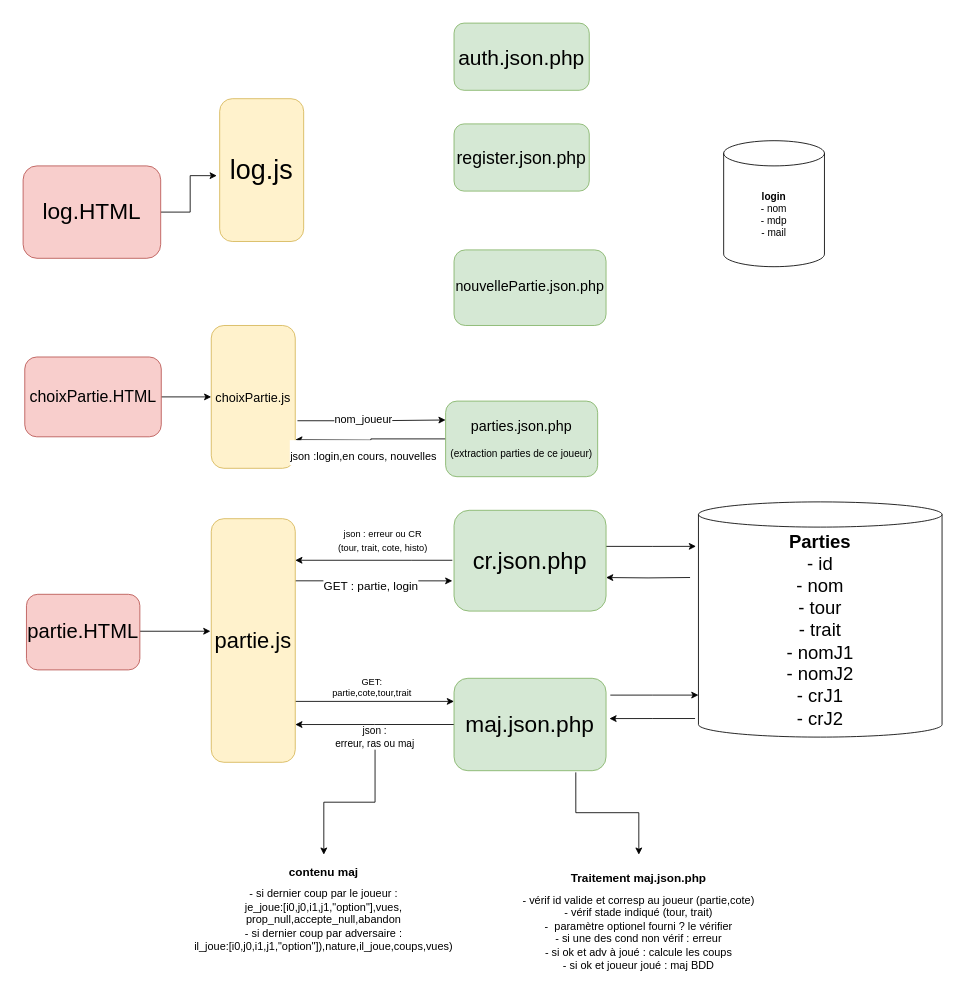
Earlier version of the draw.io diagram Untitled Diagram.drawio (Maximory77/projet-web-mapping-echecs). Source tidied: cells renumbered, new cells numbered last; positions are measured from the earlier drawing's top-left corner, leaving out a move shared by most shapes. Both pictures are drawn from the tidied source at 84%, with x=0, y=0 at pixel (23, 23).
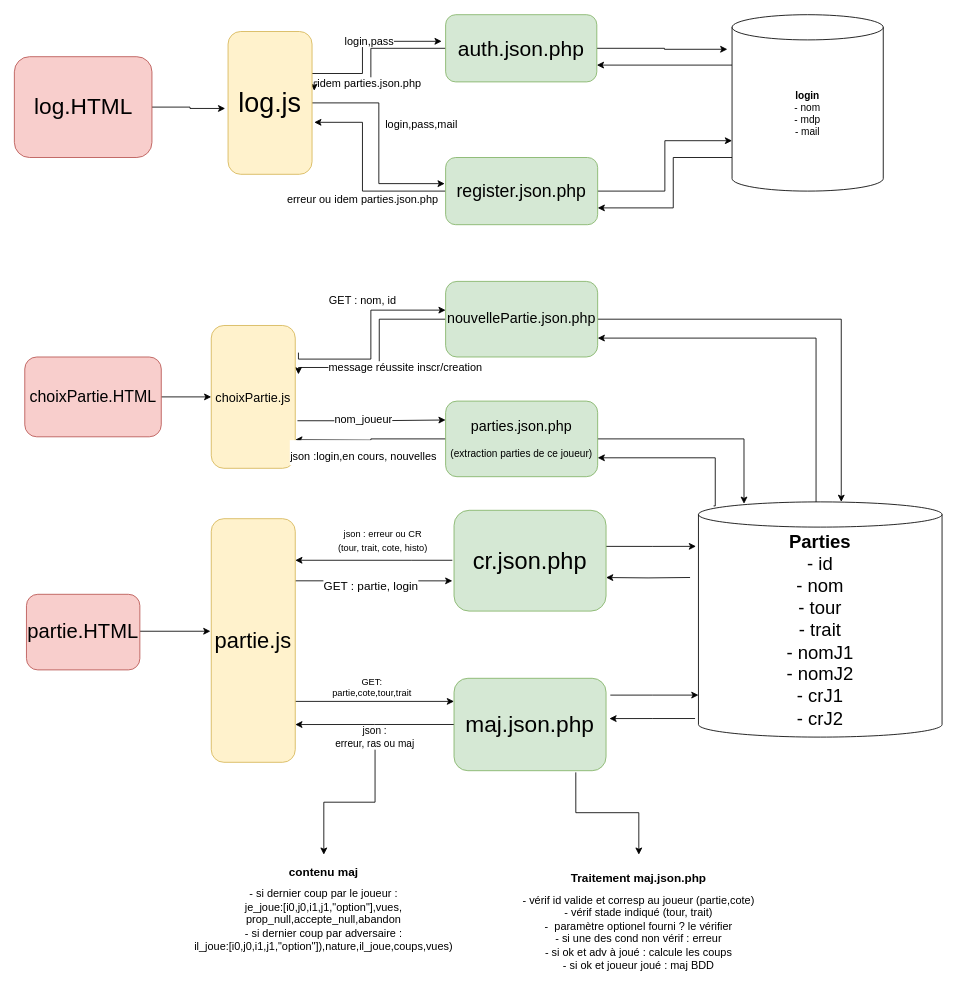
Above is the later version.

The change refers to these unchanged cells:
```xml
<mxCell id="11" value="&lt;div style=&quot;font-size: 22px&quot;&gt;&lt;font style=&quot;font-size: 22px&quot;&gt;&lt;b&gt;Parties&lt;/b&gt;&lt;/font&gt;&lt;/div&gt;&lt;div style=&quot;font-size: 22px&quot;&gt;&lt;font style=&quot;font-size: 22px&quot;&gt;- id&lt;/font&gt;&lt;/div&gt;&lt;div style=&quot;font-size: 22px&quot;&gt;&lt;font style=&quot;font-size: 22px&quot;&gt;- nom&lt;/font&gt;&lt;/div&gt;&lt;div style=&quot;font-size: 22px&quot;&gt;&lt;font style=&quot;font-size: 22px&quot;&gt;- tour&lt;/font&gt;&lt;/div&gt;&lt;div style=&quot;font-size: 22px&quot;&gt;&lt;font style=&quot;font-size: 22px&quot;&gt;- trait&lt;/font&gt;&lt;/div&gt;&lt;div style=&quot;font-size: 22px&quot;&gt;&lt;font style=&quot;font-size: 22px&quot;&gt;- nomJ1&lt;br&gt;&lt;/font&gt;&lt;/div&gt;&lt;div style=&quot;font-size: 22px&quot;&gt;&lt;font style=&quot;font-size: 22px&quot;&gt;- nomJ2&lt;/font&gt;&lt;/div&gt;&lt;div style=&quot;font-size: 22px&quot;&gt;&lt;font style=&quot;font-size: 22px&quot;&gt;- crJ1&lt;/font&gt;&lt;/div&gt;&lt;div style=&quot;font-size: 22px&quot;&gt;&lt;font style=&quot;font-size: 22px&quot;&gt;- crJ2&lt;br&gt;&lt;/font&gt;&lt;/div&gt;" style="shape=cylinder3;whiteSpace=wrap;html=1;boundedLbl=1;backgroundOutline=1;size=15;" parent="1" vertex="1">
  <mxGeometry x="804" y="570" width="290" height="280" as="geometry" />
</mxCell>
<mxCell id="25" value="&lt;font style=&quot;font-size: 15px&quot;&gt;choixPartie.js&lt;/font&gt;" style="rounded=1;whiteSpace=wrap;html=1;fillColor=#fff2cc;strokeColor=#d6b656;" parent="1" vertex="1">
  <mxGeometry x="224" y="360" width="100" height="170" as="geometry" />
</mxCell>
<mxCell id="38" value="&lt;div style=&quot;font-size: 17px&quot;&gt;&lt;font style=&quot;font-size: 17px&quot;&gt;parties.json.php&lt;/font&gt;&lt;/div&gt;&lt;div&gt;&lt;br&gt;&lt;/div&gt;&lt;div&gt;(extraction parties de ce joueur)&lt;br&gt;&lt;/div&gt;" style="rounded=1;whiteSpace=wrap;html=1;fillColor=#d5e8d4;strokeColor=#82b366;" parent="1" vertex="1">
  <mxGeometry x="503" y="450" width="181" height="90" as="geometry" />
</mxCell>
```

Diff of the diagram source:
```diff
@@
+    <mxCell id="39" style="edgeStyle=orthogonalEdgeStyle;rounded=0;jettySize=auto;html=1;entryX=1;entryY=0.75;entryDx=0;entryDy=0;fontSize=13;" parent="1" edge="1" source="2" target="21">
+      <mxGeometry relative="1" as="geometry">
+        <Array as="points">
+          <mxPoint x="774" y="160" />
+          <mxPoint x="774" y="220" />
+        </Array>
+      </mxGeometry>
+    </mxCell>
+    <mxCell id="40" style="edgeStyle=orthogonalEdgeStyle;rounded=0;jettySize=auto;html=1;entryX=1;entryY=0.75;entryDx=0;entryDy=0;fontSize=13;exitX=0;exitY=0;exitDx=0;exitDy=60;exitPerimeter=0;" parent="1" edge="1" source="2" target="12">
+      <mxGeometry relative="1" as="geometry" />
+    </mxCell>
     <mxCell id="2" value="&lt;div&gt;&lt;b&gt;login&lt;/b&gt;&lt;/div&gt;&lt;div&gt;- nom&lt;/div&gt;&lt;div&gt;- mdp&lt;/div&gt;&lt;div&gt;- mail&lt;br&gt;&lt;/div&gt;" style="shape=cylinder3;whiteSpace=wrap;html=1;boundedLbl=1;backgroundOutline=1;size=15;" parent="1" vertex="1">
-      <mxGeometry x="834" y="140" width="120" height="150" as="geometry" />
+      <mxGeometry x="844" y="-10" width="180" height="210" as="geometry" />
     </mxCell>
@@
     <mxCell id="4" value="&lt;font style=&quot;font-size: 27px&quot;&gt;log.HTML&lt;/font&gt;" style="rounded=1;whiteSpace=wrap;html=1;fillColor=#f8cecc;strokeColor=#b85450;" parent="1" vertex="1">
-      <mxGeometry y="170" width="163.8" height="110" as="geometry" />
+      <mxGeometry x="-10.4" y="40" width="163.8" height="120" as="geometry" />
     </mxCell>
@@
+    <mxCell id="41" style="edgeStyle=orthogonalEdgeStyle;rounded=0;jettySize=auto;html=1;entryX=1;entryY=0.75;entryDx=0;entryDy=0;fontSize=13;exitX=0.062;exitY=0.017;exitDx=0;exitDy=0;exitPerimeter=0;" parent="1" edge="1" source="11" target="38">
+      <mxGeometry relative="1" as="geometry">
+        <Array as="points">
+          <mxPoint x="824" y="575" />
+          <mxPoint x="824" y="517" />
+        </Array>
+      </mxGeometry>
+    </mxCell>
+    <mxCell id="42" style="edgeStyle=orthogonalEdgeStyle;rounded=0;jettySize=auto;html=1;entryX=1;entryY=0.75;entryDx=0;entryDy=0;fontSize=13;" parent="1" edge="1" source="11" target="20">
+      <mxGeometry relative="1" as="geometry">
+        <Array as="points">
+          <mxPoint x="944" y="375" />
+        </Array>
+      </mxGeometry>
+    </mxCell>
@@
+    <mxCell id="43" style="edgeStyle=orthogonalEdgeStyle;rounded=0;jettySize=auto;html=1;entryX=1.026;entryY=0.415;entryDx=0;entryDy=0;entryPerimeter=0;fontSize=13;" parent="1" edge="1" source="12" target="22">
+      <mxGeometry relative="1" as="geometry">
+        <Array as="points">
+          <mxPoint x="414" y="30" />
+          <mxPoint x="414" y="70" />
+          <mxPoint x="347" y="70" />
+        </Array>
+      </mxGeometry>
+    </mxCell>
+    <mxCell id="44" value="idem parties.json.php" style="edgeLabel;html=1;align=center;verticalAlign=middle;fontSize=13;" parent="43" vertex="1">
+      <mxGeometry x="0.28" y="1" relative="1" as="geometry" />
+    </mxCell>
+    <mxCell id="45" style="edgeStyle=orthogonalEdgeStyle;rounded=0;jettySize=auto;html=1;entryX=-0.031;entryY=0.196;entryDx=0;entryDy=0;entryPerimeter=0;fontSize=13;" parent="1" edge="1" source="12" target="2">
+      <mxGeometry relative="1" as="geometry" />
+    </mxCell>
     <mxCell id="12" value="&lt;font style=&quot;font-size: 25px&quot;&gt;auth.json.php&lt;/font&gt;" style="rounded=1;whiteSpace=wrap;html=1;fillColor=#d5e8d4;strokeColor=#82b366;" parent="1" vertex="1">
-      <mxGeometry x="513" width="161" height="80" as="geometry" />
+      <mxGeometry x="503" y="-10" width="180" height="80" as="geometry" />
     </mxCell>
@@
+    <mxCell id="46" style="edgeStyle=orthogonalEdgeStyle;rounded=0;jettySize=auto;html=1;entryX=1.038;entryY=0.342;entryDx=0;entryDy=0;entryPerimeter=0;fontSize=13;" parent="1" edge="1" source="20" target="25">
+      <mxGeometry relative="1" as="geometry">
+        <Array as="points">
+          <mxPoint x="424" y="353" />
+          <mxPoint x="424" y="410" />
+          <mxPoint x="328" y="410" />
+        </Array>
+      </mxGeometry>
+    </mxCell>
+    <mxCell id="47" value="message réussite inscr/creation" style="edgeLabel;html=1;align=center;verticalAlign=middle;fontSize=13;" parent="46" vertex="1">
+      <mxGeometry y="5" relative="1" as="geometry">
+        <mxPoint x="25" y="16" as="offset" />
+      </mxGeometry>
+    </mxCell>
+    <mxCell id="48" style="edgeStyle=orthogonalEdgeStyle;rounded=0;jettySize=auto;html=1;fontSize=13;" parent="1" edge="1" source="20" target="11">
+      <mxGeometry relative="1" as="geometry">
+        <Array as="points">
+          <mxPoint x="974" y="353" />
+        </Array>
+      </mxGeometry>
+    </mxCell>
     <mxCell id="20" value="&lt;div style=&quot;font-size: 17px&quot;&gt;&lt;font style=&quot;font-size: 17px&quot;&gt;nouvellePartie.json.php&lt;/font&gt;&lt;/div&gt;" style="rounded=1;whiteSpace=wrap;html=1;fillColor=#d5e8d4;strokeColor=#82b366;" parent="1" vertex="1">
-      <mxGeometry x="513" y="270" width="181" height="90" as="geometry" />
+      <mxGeometry x="503" y="307.5" width="181" height="90" as="geometry" />
     </mxCell>
+    <mxCell id="49" style="edgeStyle=orthogonalEdgeStyle;rounded=0;jettySize=auto;html=1;entryX=1.026;entryY=0.636;entryDx=0;entryDy=0;entryPerimeter=0;fontSize=13;" parent="1" edge="1" source="21" target="22">
+      <mxGeometry relative="1" as="geometry">
+        <Array as="points">
+          <mxPoint x="404" y="200" />
+          <mxPoint x="404" y="118" />
+        </Array>
+      </mxGeometry>
+    </mxCell>
+    <mxCell id="50" value="erreur ou idem parties.json.php" style="edgeLabel;html=1;align=center;verticalAlign=middle;fontSize=13;" parent="49" vertex="1">
+      <mxGeometry x="-0.08" y="1" relative="1" as="geometry">
+        <mxPoint y="20" as="offset" />
+      </mxGeometry>
+    </mxCell>
+    <mxCell id="51" style="edgeStyle=orthogonalEdgeStyle;rounded=0;jettySize=auto;html=1;entryX=0;entryY=0;entryDx=0;entryDy=150;entryPerimeter=0;fontSize=13;" parent="1" edge="1" source="21" target="2">
+      <mxGeometry relative="1" as="geometry" />
+    </mxCell>
     <mxCell id="21" value="&lt;font style=&quot;font-size: 21px&quot;&gt;register.json.php&lt;/font&gt;" style="rounded=1;whiteSpace=wrap;html=1;fillColor=#d5e8d4;strokeColor=#82b366;" parent="1" vertex="1">
-      <mxGeometry x="513" y="120" width="161" height="80" as="geometry" />
+      <mxGeometry x="503" y="160" width="181" height="80" as="geometry" />
     </mxCell>
+    <mxCell id="52" style="edgeStyle=orthogonalEdgeStyle;rounded=0;jettySize=auto;html=1;entryX=-0.026;entryY=0.396;entryDx=0;entryDy=0;entryPerimeter=0;fontSize=13;" parent="1" edge="1" source="22" target="12">
+      <mxGeometry relative="1" as="geometry">
+        <Array as="points">
+          <mxPoint x="404" y="60" />
+          <mxPoint x="404" y="22" />
+        </Array>
+      </mxGeometry>
+    </mxCell>
+    <mxCell id="53" value="login,pass" style="edgeLabel;html=1;align=center;verticalAlign=middle;fontSize=13;" parent="52" vertex="1">
+      <mxGeometry x="0.1" y="1" relative="1" as="geometry" />
+    </mxCell>
+    <mxCell id="54" style="edgeStyle=orthogonalEdgeStyle;rounded=0;jettySize=auto;html=1;entryX=-0.006;entryY=0.389;entryDx=0;entryDy=0;entryPerimeter=0;fontSize=13;" parent="1" edge="1" source="22" target="21">
+      <mxGeometry relative="1" as="geometry" />
+    </mxCell>
+    <mxCell id="55" value="login,pass,mail" style="edgeLabel;html=1;align=center;verticalAlign=middle;fontSize=13;" parent="54" vertex="1">
+      <mxGeometry x="-0.13" y="1" relative="1" as="geometry">
+        <mxPoint x="49" y="-6" as="offset" />
+      </mxGeometry>
+    </mxCell>
     <mxCell id="22" value="&lt;div style=&quot;font-size: 32px&quot;&gt;&lt;font style=&quot;font-size: 32px&quot;&gt;log.js&lt;/font&gt;&lt;/div&gt;" style="rounded=1;whiteSpace=wrap;html=1;fillColor=#fff2cc;strokeColor=#d6b656;" parent="1" vertex="1">
-      <mxGeometry x="234" y="90" width="100" height="170" as="geometry" />
+      <mxGeometry x="244" y="10" width="100" height="170" as="geometry" />
     </mxCell>
@@
+    <mxCell id="56" style="edgeStyle=orthogonalEdgeStyle;rounded=0;jettySize=auto;html=1;entryX=0;entryY=0.38;entryDx=0;entryDy=0;entryPerimeter=0;fontSize=13;exitX=1.038;exitY=0.19;exitDx=0;exitDy=0;exitPerimeter=0;" parent="1" edge="1" source="25" target="20">
+      <mxGeometry relative="1" as="geometry">
+        <Array as="points">
+          <mxPoint x="328" y="400" />
+          <mxPoint x="414" y="400" />
+          <mxPoint x="414" y="342" />
+        </Array>
+      </mxGeometry>
+    </mxCell>
+    <mxCell id="57" value="GET : nom, id" style="edgeLabel;html=1;align=center;verticalAlign=middle;fontSize=13;" parent="56" vertex="1">
+      <mxGeometry x="0.45" y="5" relative="1" as="geometry">
+        <mxPoint x="-33" y="-7" as="offset" />
+      </mxGeometry>
+    </mxCell>
@@
+    <mxCell id="58" style="edgeStyle=orthogonalEdgeStyle;rounded=0;jettySize=auto;html=1;entryX=0.187;entryY=0.008;entryDx=0;entryDy=0;entryPerimeter=0;fontSize=13;" parent="1" edge="1" source="38" target="11">
+      <mxGeometry relative="1" as="geometry" />
+    </mxCell>
```
